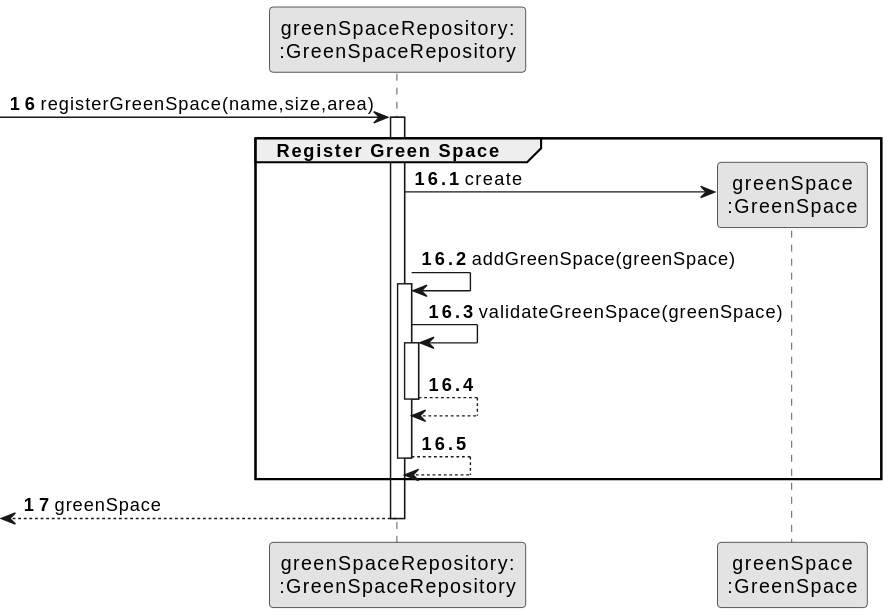
This is docs/sprintC/us020/03.design/svg/us020-sequence-diagram-partial-register-greenSpace.svg from SAEmanuel/Green_Spaces_Management_ISEP, a PlantUML export, as it was before one commit.
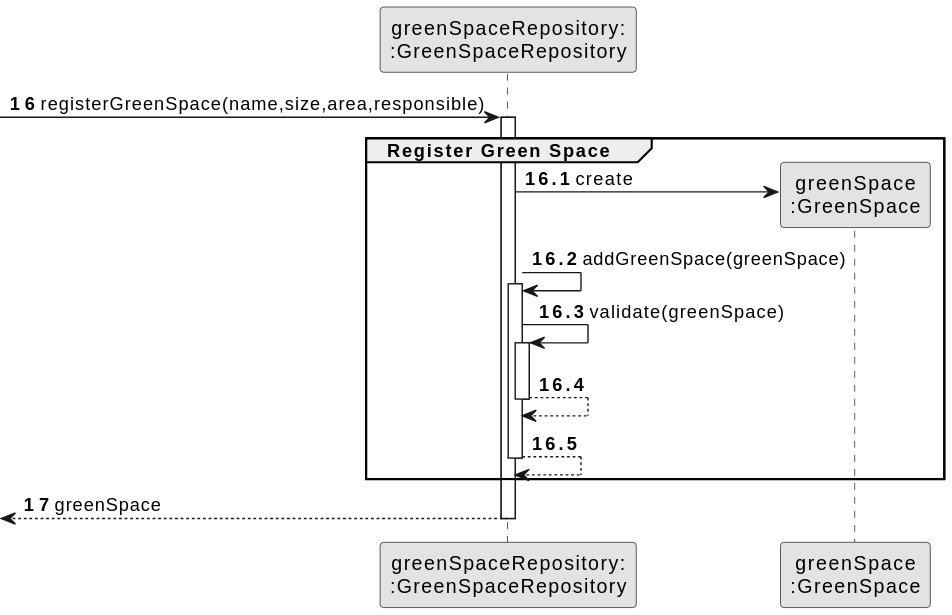
After the commit.

What changed in the source:
```diff
@@ -7,7 +7,7 @@
 participant "greenSpace\n:GreenSpace" as GREENSPACE
 
 autonumber 16
--> ORG: registerGreenSpace(name,size,area)
+-> ORG: registerGreenSpace(name,size,area,responsible)
 
 autonumber 16.1
 activate ORG
@@ -21,7 +21,7 @@
         deactivate GREENSPACE
 
         activate ORG
-            ORG -> ORG: validateGreenSpace(greenSpace)
+            ORG -> ORG: validate(greenSpace)
             activate ORG
                 ORG --> ORG
             deactivate ORG
```
